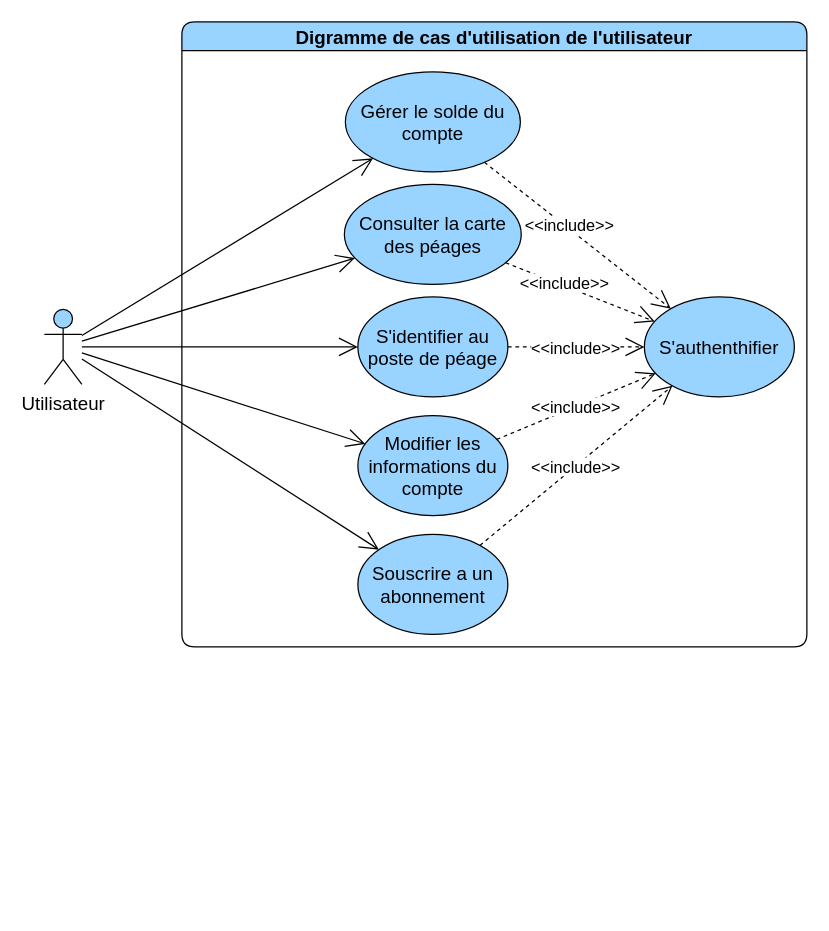
Before: page "general" (1 of 4) of diagrams/use-case/utilisateur.drawio in devlotfi/peage-pay, a draw.io diagram. Source tidied: cells renumbered, new cells numbered last; positions are measured from the earlier drawing's top-left corner, leaving out a move shared by most shapes. Both pictures are drawn from the tidied source at 125%, with x=0, y=0 at pixel (44, 21).
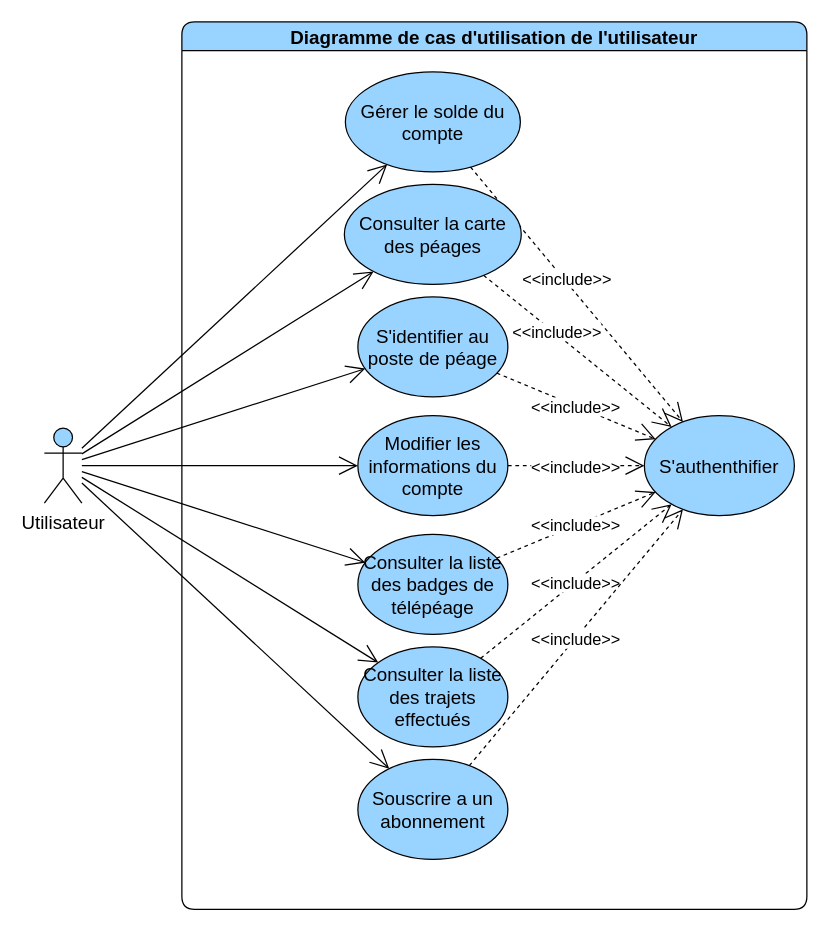
After the change.

What changed in the source:
```diff
@@
-    <mxCell id="2" value="Digramme de cas d'utilisation de l'utilisateur" style="swimlane;whiteSpace=wrap;html=1;rounded=1;fillColor=#99D3FF;fontSize=15;" parent="1" vertex="1">
-      <mxGeometry x="110" width="500" height="500" as="geometry" />
+    <mxCell id="2" value="Diagramme de cas d'utilisation de l'utilisateur" style="swimlane;whiteSpace=wrap;html=1;rounded=1;fillColor=#99D3FF;fontSize=15;" parent="1" vertex="1">
+      <mxGeometry x="110" width="500" height="710" as="geometry" />
     </mxCell>
@@
     <mxCell id="11" value="S'authenthifier" style="ellipse;whiteSpace=wrap;html=1;strokeColor=default;align=center;verticalAlign=middle;fontFamily=Helvetica;fontSize=15;fontColor=default;fillColor=#99D3FF;" parent="2" vertex="1">
-      <mxGeometry x="370" y="220" width="120" height="80" as="geometry" />
+      <mxGeometry x="370" y="315" width="120" height="80" as="geometry" />
     </mxCell>
@@
-    <mxCell id="16" value="Souscrire a un abonnement" style="ellipse;whiteSpace=wrap;html=1;strokeColor=default;align=center;verticalAlign=middle;fontFamily=Helvetica;fontSize=15;fontColor=default;fillColor=#99D3FF;" parent="2" vertex="1">
+    <mxCell id="16" value="Consulter la liste des badges de télépéage" style="ellipse;whiteSpace=wrap;html=1;strokeColor=default;align=center;verticalAlign=middle;fontFamily=Helvetica;fontSize=15;fontColor=default;fillColor=#99D3FF;" parent="2" vertex="1">
       <mxGeometry x="140.8" y="410" width="120" height="80" as="geometry" />
     </mxCell>
@@
+    <mxCell id="25" value="Consulter la liste des trajets effectués" style="ellipse;whiteSpace=wrap;html=1;strokeColor=default;align=center;verticalAlign=middle;fontFamily=Helvetica;fontSize=15;fontColor=default;fillColor=#99D3FF;" parent="2" vertex="1">
+      <mxGeometry x="140.8" y="500" width="120" height="80" as="geometry" />
+    </mxCell>
+    <mxCell id="26" style="edgeStyle=none;rounded=0;jettySize=auto;html=1;dashed=1;strokeColor=default;align=center;verticalAlign=middle;fontFamily=Helvetica;fontSize=15;fontColor=default;labelBackgroundColor=default;startSize=6;endArrow=open;endFill=0;endSize=13;" parent="2" edge="1" source="25" target="11">
+      <mxGeometry relative="1" as="geometry" />
+    </mxCell>
+    <mxCell id="27" value="&amp;lt;&amp;lt;include&amp;gt;&amp;gt;" style="edgeLabel;html=1;align=center;verticalAlign=middle;strokeColor=default;fontFamily=Helvetica;fontSize=13;fontColor=default;labelBackgroundColor=default;fillColor=#99D3FF;" parent="26" vertex="1">
+      <mxGeometry x="-0.01" relative="1" as="geometry" />
+    </mxCell>
+    <mxCell id="28" value="Souscrire a un abonnement" style="ellipse;whiteSpace=wrap;html=1;strokeColor=default;align=center;verticalAlign=middle;fontFamily=Helvetica;fontSize=15;fontColor=default;fillColor=#99D3FF;" parent="2" vertex="1">
+      <mxGeometry x="140.8" y="590" width="120" height="80" as="geometry" />
+    </mxCell>
+    <mxCell id="29" style="edgeStyle=none;rounded=0;jettySize=auto;html=1;dashed=1;strokeColor=default;align=center;verticalAlign=middle;fontFamily=Helvetica;fontSize=15;fontColor=default;labelBackgroundColor=default;startSize=6;endArrow=open;endFill=0;endSize=13;" parent="2" edge="1" source="28" target="11">
+      <mxGeometry relative="1" as="geometry" />
+    </mxCell>
+    <mxCell id="30" value="&amp;lt;&amp;lt;include&amp;gt;&amp;gt;" style="edgeLabel;html=1;align=center;verticalAlign=middle;strokeColor=default;fontFamily=Helvetica;fontSize=13;fontColor=default;labelBackgroundColor=default;fillColor=#99D3FF;" parent="29" vertex="1">
+      <mxGeometry x="-0.01" relative="1" as="geometry" />
+    </mxCell>
@@
     <mxCell id="23" value="Utilisateur" style="shape=umlActor;verticalLabelPosition=bottom;verticalAlign=top;html=1;outlineConnect=0;strokeColor=default;align=center;fontFamily=Helvetica;fontSize=15;fontColor=default;fillColor=#99D3FF;" parent="1" vertex="1">
-      <mxGeometry y="230" width="30" height="60" as="geometry" />
+      <mxGeometry y="325" width="30" height="60" as="geometry" />
     </mxCell>
@@
+    <mxCell id="31" style="edgeStyle=none;rounded=0;jettySize=auto;html=1;strokeColor=default;align=center;verticalAlign=middle;fontFamily=Helvetica;fontSize=15;fontColor=default;labelBackgroundColor=default;startSize=6;endArrow=open;endFill=0;endSize=13;" parent="1" edge="1" source="23" target="25">
+      <mxGeometry relative="1" as="geometry" />
+    </mxCell>
+    <mxCell id="32" style="edgeStyle=none;rounded=0;jettySize=auto;html=1;strokeColor=default;align=center;verticalAlign=middle;fontFamily=Helvetica;fontSize=15;fontColor=default;labelBackgroundColor=default;startSize=6;endArrow=open;endFill=0;endSize=13;" parent="1" edge="1" source="23" target="28">
+      <mxGeometry relative="1" as="geometry" />
+    </mxCell>
```
